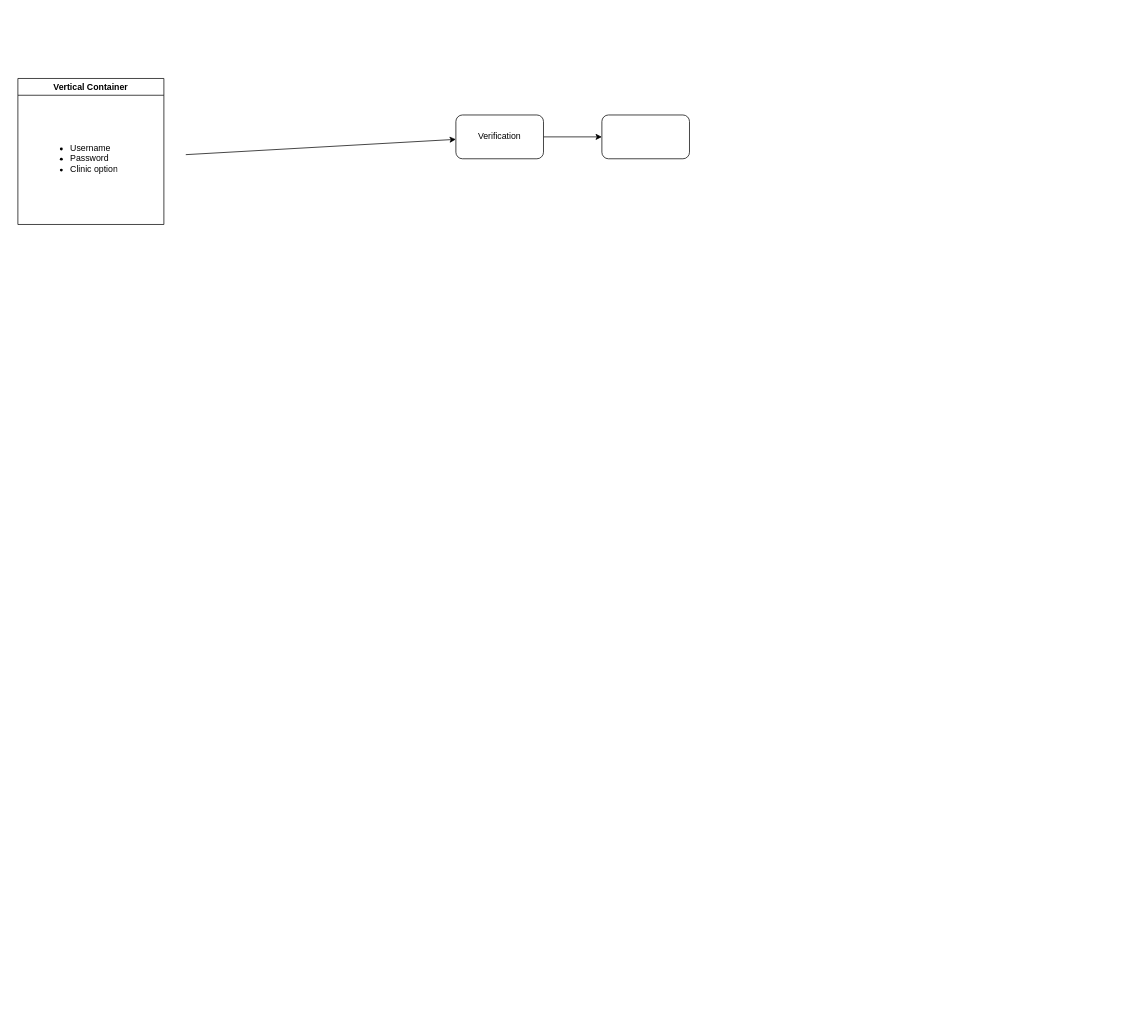
The draw.io diagram planning/project.drawio in Chichigami/EMR, before the edit. Source tidied: cells renumbered, new cells numbered last; positions are measured from the earlier drawing's top-left corner, leaving out a move shared by most shapes. Both pictures are drawn from the tidied source at 73%, with x=0, y=0 at pixel (18, 78).
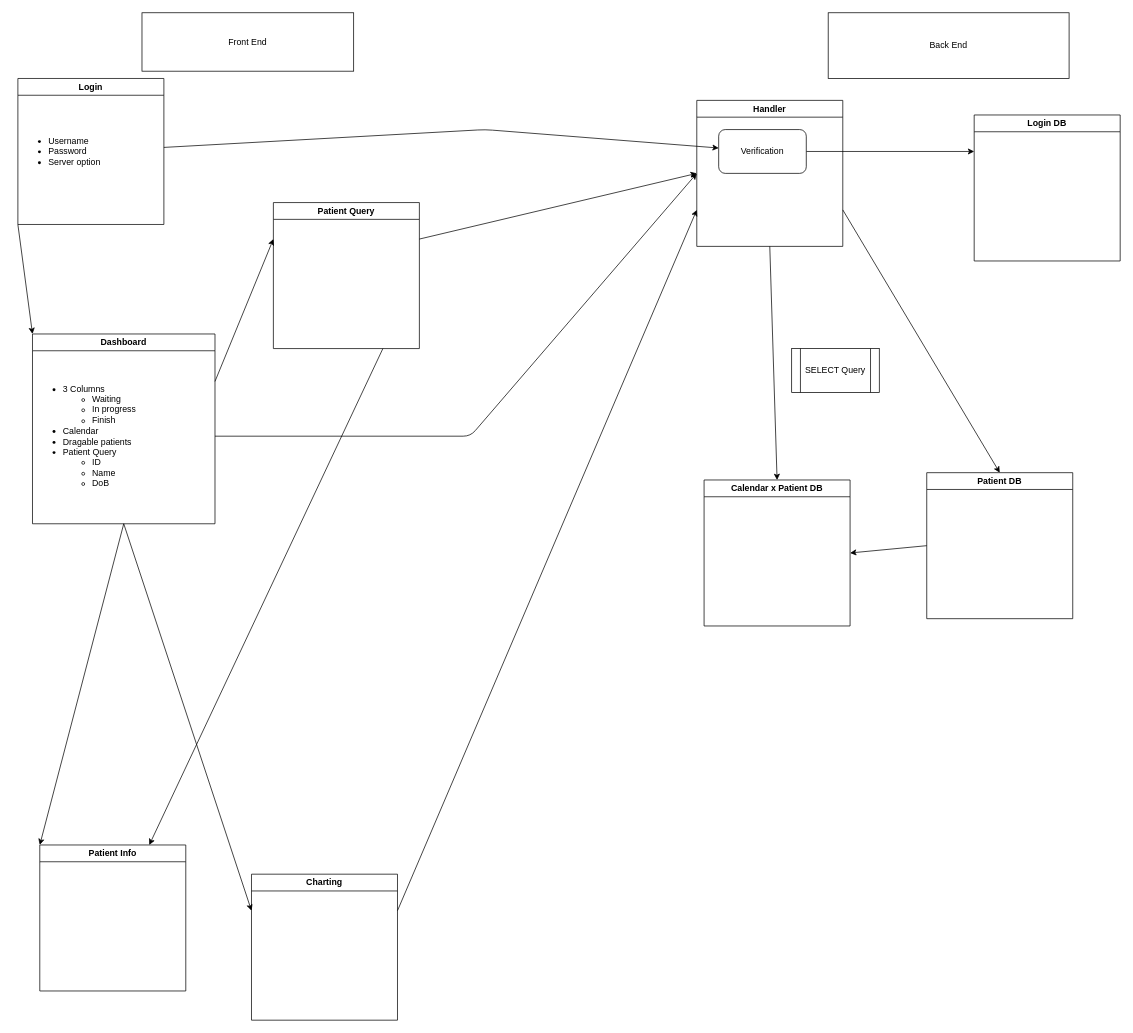
After the change.

Commit message:
updated flow chart. messy

Diff of the diagram source:
```diff
@@
-    <mxCell id="2" value="Vertical Container" style="swimlane;whiteSpace=wrap;html=1;" parent="1" vertex="1">
+    <mxCell id="2" value="Login" style="swimlane;whiteSpace=wrap;html=1;" parent="1" vertex="1">
       <mxGeometry width="200" height="200" as="geometry" />
     </mxCell>
+    <mxCell id="8" style="edgeStyle=none;html=1;exitX=0.5;exitY=0;exitDx=0;exitDy=0;" parent="2" edge="1" source="3" target="2">
+      <mxGeometry relative="1" as="geometry" />
+    </mxCell>
-    <mxCell id="3" value="&lt;ul&gt;&lt;li&gt;Username&lt;/li&gt;&lt;li&gt;Password&lt;/li&gt;&lt;li&gt;Clinic option&lt;/li&gt;&lt;/ul&gt;" style="text;strokeColor=none;fillColor=none;html=1;whiteSpace=wrap;verticalAlign=middle;overflow=hidden;" parent="2" vertex="1">
-      <mxGeometry x="30" y="20" width="200" height="180" as="geometry" />
+    <mxCell id="3" value="&lt;ul&gt;&lt;li&gt;Username&lt;/li&gt;&lt;li&gt;Password&lt;/li&gt;&lt;li&gt;Server option&lt;/li&gt;&lt;/ul&gt;" style="text;strokeColor=none;fillColor=none;html=1;whiteSpace=wrap;verticalAlign=middle;overflow=hidden;" parent="2" vertex="1">
+      <mxGeometry width="200" height="200" as="geometry" />
     </mxCell>
-    <mxCell id="4" style="edgeStyle=none;html=1;" parent="1" edge="1" source="5" target="7">
-      <mxGeometry relative="1" as="geometry" />
-    </mxCell>
+    <mxCell id="9" style="edgeStyle=none;html=1;exitX=1;exitY=0.5;exitDx=0;exitDy=0;entryX=0;entryY=0.25;entryDx=0;entryDy=0;" parent="1" edge="1" source="5" target="18">
+      <mxGeometry relative="1" as="geometry" />
+    </mxCell>
+    <mxCell id="6" style="edgeStyle=none;html=1;" parent="1" edge="1" source="3" target="5">
+      <mxGeometry relative="1" as="geometry">
+        <Array as="points">
+          <mxPoint x="640" y="70" />
+        </Array>
+      </mxGeometry>
+    </mxCell>
+    <mxCell id="10" value="Front End" style="rounded=0;whiteSpace=wrap;html=1;" parent="1" vertex="1">
+      <mxGeometry x="170" y="-90" width="290" height="80" as="geometry" />
+    </mxCell>
+    <mxCell id="11" value="Back End" style="rounded=0;whiteSpace=wrap;html=1;" parent="1" vertex="1">
+      <mxGeometry x="1110" y="-90" width="330" height="90" as="geometry" />
+    </mxCell>
+    <mxCell id="12" style="edgeStyle=none;html=1;exitX=1;exitY=0.25;exitDx=0;exitDy=0;entryX=0;entryY=0.25;entryDx=0;entryDy=0;" parent="1" edge="1" source="13" target="24">
+      <mxGeometry relative="1" as="geometry" />
+    </mxCell>
+    <mxCell id="13" value="Dashboard" style="swimlane;whiteSpace=wrap;html=1;" parent="1" vertex="1">
+      <mxGeometry x="20" y="350" width="250" height="260" as="geometry" />
+    </mxCell>
+    <mxCell id="14" value="&lt;ul&gt;&lt;li&gt;3 Columns&lt;/li&gt;&lt;ul&gt;&lt;li&gt;Waiting&lt;/li&gt;&lt;li&gt;In progress&lt;/li&gt;&lt;li&gt;Finish&lt;/li&gt;&lt;/ul&gt;&lt;li&gt;Calendar&lt;/li&gt;&lt;li&gt;Dragable patients&lt;/li&gt;&lt;li&gt;Patient Query&lt;/li&gt;&lt;ul&gt;&lt;li&gt;ID&lt;/li&gt;&lt;li&gt;Name&lt;/li&gt;&lt;li&gt;DoB&lt;/li&gt;&lt;/ul&gt;&lt;/ul&gt;" style="text;strokeColor=none;fillColor=none;html=1;whiteSpace=wrap;verticalAlign=middle;overflow=hidden;" parent="13" vertex="1">
+      <mxGeometry y="20" width="250" height="240" as="geometry" />
+    </mxCell>
+    <mxCell id="15" value="Patient Info" style="swimlane;whiteSpace=wrap;html=1;" parent="1" vertex="1">
+      <mxGeometry x="30" y="1050" width="200" height="200" as="geometry" />
+    </mxCell>
+    <mxCell id="16" style="edgeStyle=none;html=1;exitX=1;exitY=0.25;exitDx=0;exitDy=0;entryX=0;entryY=0.75;entryDx=0;entryDy=0;" parent="1" edge="1" source="17" target="29">
+      <mxGeometry relative="1" as="geometry" />
+    </mxCell>
+    <mxCell id="17" value="Charting" style="swimlane;whiteSpace=wrap;html=1;" parent="1" vertex="1">
+      <mxGeometry x="320" y="1090" width="200" height="200" as="geometry" />
+    </mxCell>
+    <mxCell id="18" value="Login DB" style="swimlane;whiteSpace=wrap;html=1;" parent="1" vertex="1">
+      <mxGeometry x="1310" y="50" width="200" height="200" as="geometry" />
+    </mxCell>
+    <mxCell id="19" style="edgeStyle=none;html=1;exitX=0;exitY=0.5;exitDx=0;exitDy=0;entryX=1;entryY=0.5;entryDx=0;entryDy=0;" parent="1" edge="1" source="20" target="21">
+      <mxGeometry relative="1" as="geometry" />
+    </mxCell>
+    <mxCell id="20" value="Patient DB" style="swimlane;whiteSpace=wrap;html=1;" parent="1" vertex="1">
+      <mxGeometry x="1245" y="540" width="200" height="200" as="geometry" />
+    </mxCell>
+    <mxCell id="21" value="Calendar x Patient DB" style="swimlane;whiteSpace=wrap;html=1;" parent="1" vertex="1">
+      <mxGeometry x="940" y="550" width="200" height="200" as="geometry" />
+    </mxCell>
+    <mxCell id="22" style="edgeStyle=none;html=1;exitX=0.75;exitY=1;exitDx=0;exitDy=0;entryX=0.75;entryY=0;entryDx=0;entryDy=0;" parent="1" edge="1" source="24" target="15">
+      <mxGeometry relative="1" as="geometry" />
+    </mxCell>
+    <mxCell id="23" style="edgeStyle=none;html=1;exitX=1;exitY=0.25;exitDx=0;exitDy=0;entryX=0;entryY=0.5;entryDx=0;entryDy=0;" parent="1" edge="1" source="24" target="29">
+      <mxGeometry relative="1" as="geometry" />
+    </mxCell>
+    <mxCell id="24" value="Patient Query" style="swimlane;whiteSpace=wrap;html=1;" parent="1" vertex="1">
+      <mxGeometry x="350" y="170" width="200" height="200" as="geometry" />
+    </mxCell>
+    <mxCell id="25" style="edgeStyle=none;html=1;exitX=0.5;exitY=1;exitDx=0;exitDy=0;entryX=0;entryY=0;entryDx=0;entryDy=0;" parent="1" edge="1" source="14" target="15">
+      <mxGeometry relative="1" as="geometry" />
+    </mxCell>
+    <mxCell id="26" style="edgeStyle=none;html=1;exitX=0.5;exitY=1;exitDx=0;exitDy=0;entryX=0;entryY=0.25;entryDx=0;entryDy=0;" parent="1" edge="1" source="14" target="17">
+      <mxGeometry relative="1" as="geometry" />
+    </mxCell>
+    <mxCell id="27" style="edgeStyle=none;html=1;exitX=1;exitY=0.75;exitDx=0;exitDy=0;entryX=0.5;entryY=0;entryDx=0;entryDy=0;" parent="1" edge="1" source="29" target="20">
+      <mxGeometry relative="1" as="geometry" />
+    </mxCell>
+    <mxCell id="28" style="edgeStyle=none;html=1;entryX=0.5;entryY=0;entryDx=0;entryDy=0;" parent="1" edge="1" target="21">
+      <mxGeometry relative="1" as="geometry">
+        <mxPoint x="1030" y="230" as="sourcePoint" />
+      </mxGeometry>
+    </mxCell>
+    <mxCell id="29" value="Handler" style="swimlane;whiteSpace=wrap;html=1;" parent="1" vertex="1">
+      <mxGeometry x="930" y="30" width="200" height="200" as="geometry" />
+    </mxCell>
-    <mxCell id="5" value="Verification" style="rounded=1;whiteSpace=wrap;html=1;" parent="1" vertex="1">
-      <mxGeometry x="600" y="50" width="120" height="60" as="geometry" />
+    <mxCell id="5" value="Verification" style="rounded=1;whiteSpace=wrap;html=1;" parent="29" vertex="1">
+      <mxGeometry x="30" y="40" width="120" height="60" as="geometry" />
     </mxCell>
-    <mxCell id="6" style="edgeStyle=none;html=1;" parent="1" edge="1" source="3" target="5">
-      <mxGeometry relative="1" as="geometry" />
-    </mxCell>
-    <mxCell id="7" style="rounded=1;whiteSpace=wrap;html=1;" parent="1" vertex="1">
-      <mxGeometry x="800" y="50" width="120" height="60" as="geometry" />
-    </mxCell>
+    <mxCell id="30" value="SELECT Query" style="shape=process;whiteSpace=wrap;html=1;backgroundOutline=1;" parent="1" vertex="1">
+      <mxGeometry x="1060" y="370" width="120" height="60" as="geometry" />
+    </mxCell>
+    <mxCell id="31" style="edgeStyle=none;html=1;exitX=1;exitY=0.5;exitDx=0;exitDy=0;entryX=0;entryY=0.5;entryDx=0;entryDy=0;" parent="1" edge="1" source="14" target="29">
+      <mxGeometry relative="1" as="geometry">
+        <Array as="points">
+          <mxPoint x="620" y="490" />
+        </Array>
+      </mxGeometry>
+    </mxCell>
+    <mxCell id="32" style="edgeStyle=none;html=1;exitX=0;exitY=1;exitDx=0;exitDy=0;entryX=0;entryY=0;entryDx=0;entryDy=0;" parent="1" edge="1" source="3" target="13">
+      <mxGeometry relative="1" as="geometry" />
+    </mxCell>
```
